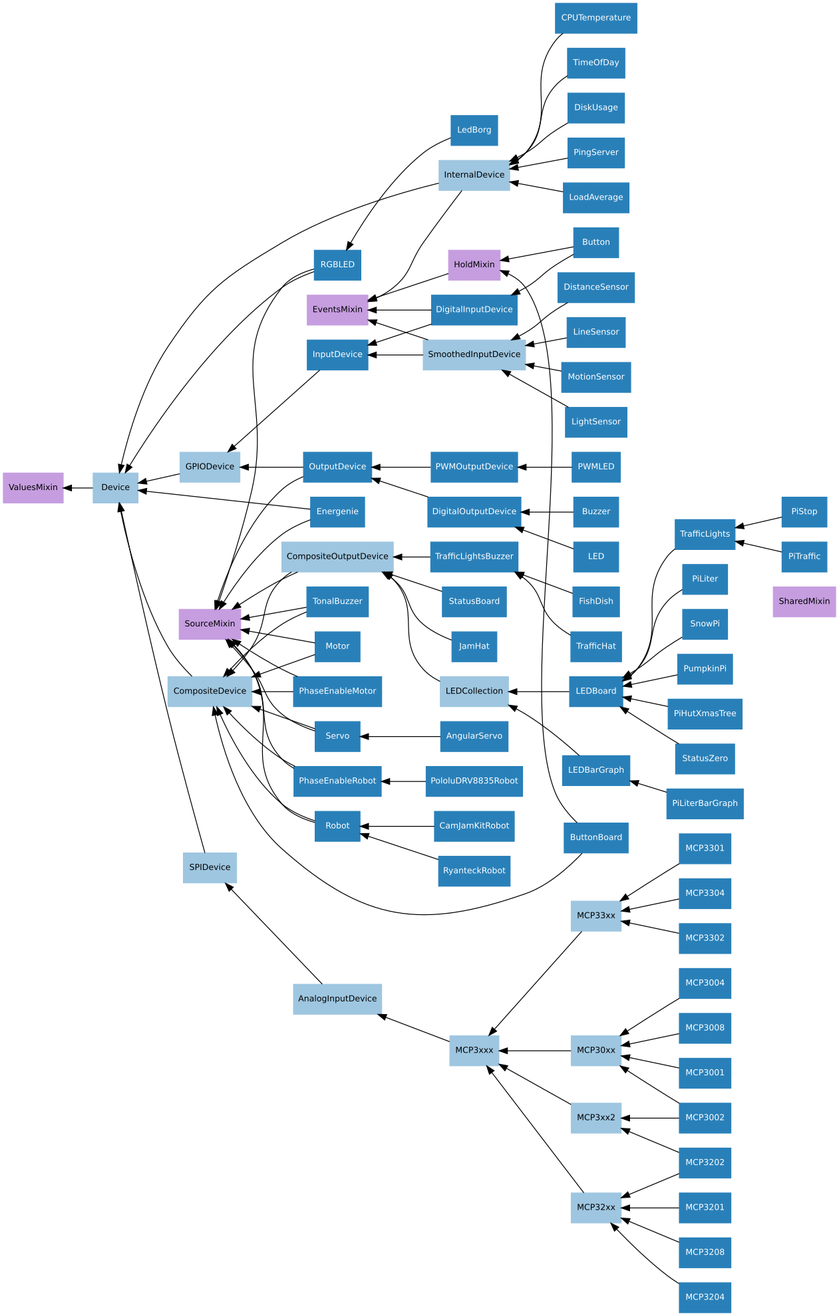
gpiozero/gpiozero keeps this Graphviz diagram as docs/images/device_hierarchy.png. Above is the earlier version. Its source is kept beside it as docs/images/device_hierarchy.dot. The source it was exported from:
```dot
digraph classes {
    graph [rankdir=RL];
    node [shape=rect, style=filled, fontname=Sans, fontsize=10];
    edge [];

    /* Mixin classes */
    node [color="#c69ee0", fontcolor="#000000"]

    SharedMixin;
    HoldMixin;
    ValuesMixin;
    EventsMixin;
    SourceMixin;

    /* Abstract classes */
    node [color="#9ec6e0", fontcolor="#000000"]

    MCP33xx;
    Device;
    GPIODevice;
    SPIDevice;
    MCP3xxx;
    MCP30xx;
    MCP32xx;
    CompositeDevice;
    AnalogInputDevice;
    SmoothedInputDevice;
    LEDCollection;
    MCP3xx2;
    CompositeOutputDevice;
    InternalDevice;

    /* Concrete classes */
    node [color="#2980b9", fontcolor="#ffffff"];

    SPIDevice->Device;
    TrafficLightsBuzzer->CompositeOutputDevice;
    MCP3201->MCP32xx;
    AngularServo->Servo;
    CompositeOutputDevice->CompositeDevice;
    CompositeOutputDevice->SourceMixin;
    RGBLED->Device;
    RGBLED->SourceMixin;
    PhaseEnableMotor->CompositeDevice;
    PhaseEnableMotor->SourceMixin;
    MCP32xx->MCP3xxx;
    PhaseEnableRobot->CompositeDevice;
    PhaseEnableRobot->SourceMixin;
    LightSensor->SmoothedInputDevice;
    TrafficLights->LEDBoard;
    LoadAverage->InternalDevice;
    LEDBoard->LEDCollection;
    LedBorg->RGBLED;
    PiLiter->LEDBoard;
    InternalDevice->EventsMixin;
    InternalDevice->Device;
    DistanceSensor->SmoothedInputDevice;
    CPUTemperature->InternalDevice;
    MCP33xx->MCP3xxx;
    StatusBoard->CompositeOutputDevice;
    PololuDRV8835Robot->PhaseEnableRobot;
    FishDish->TrafficLightsBuzzer;
    MCP3004->MCP30xx;
    TimeOfDay->InternalDevice;
    LED->DigitalOutputDevice;
    DiskUsage->InternalDevice;
    PWMOutputDevice->OutputDevice;
    MCP3002->MCP30xx;
    MCP3002->MCP3xx2;
    MCP3208->MCP32xx;
    MCP30xx->MCP3xxx;
    MCP3301->MCP33xx;
    Energenie->Device;
    Energenie->SourceMixin;
    CompositeDevice->Device;
    SmoothedInputDevice->EventsMixin;
    SmoothedInputDevice->InputDevice;
    MCP3304->MCP33xx;
    MCP3302->MCP33xx;
    LEDCollection->CompositeOutputDevice;
    SnowPi->LEDBoard;
    PingServer->InternalDevice;
    TrafficHat->TrafficLightsBuzzer;
    PumpkinPi->LEDBoard;
    Motor->CompositeDevice;
    Motor->SourceMixin;
    RyanteckRobot->Robot;
    ButtonBoard->CompositeDevice;
    ButtonBoard->HoldMixin;
    Servo->CompositeDevice;
    Servo->SourceMixin;
    PWMLED->PWMOutputDevice;
    JamHat->CompositeOutputDevice;
    InputDevice->GPIODevice;
    LineSensor->SmoothedInputDevice;
    OutputDevice->GPIODevice;
    OutputDevice->SourceMixin;
    DigitalInputDevice->EventsMixin;
    DigitalInputDevice->InputDevice;
    PiHutXmasTree->LEDBoard;
    HoldMixin->EventsMixin;
    MCP3204->MCP32xx;
    LEDBarGraph->LEDCollection;
    Device->ValuesMixin;
    MCP3008->MCP30xx;
    GPIODevice->Device;
    Button->DigitalInputDevice;
    Button->HoldMixin;
    CamJamKitRobot->Robot;
    DigitalOutputDevice->OutputDevice;
    MCP3001->MCP30xx;
    Robot->CompositeDevice;
    Robot->SourceMixin;
    PiStop->TrafficLights;
    MotionSensor->SmoothedInputDevice;
    MCP3xxx->AnalogInputDevice;
    PiTraffic->TrafficLights;
    AnalogInputDevice->SPIDevice;
    MCP3202->MCP3xx2;
    MCP3202->MCP32xx;
    TonalBuzzer->CompositeDevice;
    TonalBuzzer->SourceMixin;
    MCP3xx2->MCP3xxx;
    Buzzer->DigitalOutputDevice;
    PiLiterBarGraph->LEDBarGraph;
    StatusZero->LEDBoard;
}
```
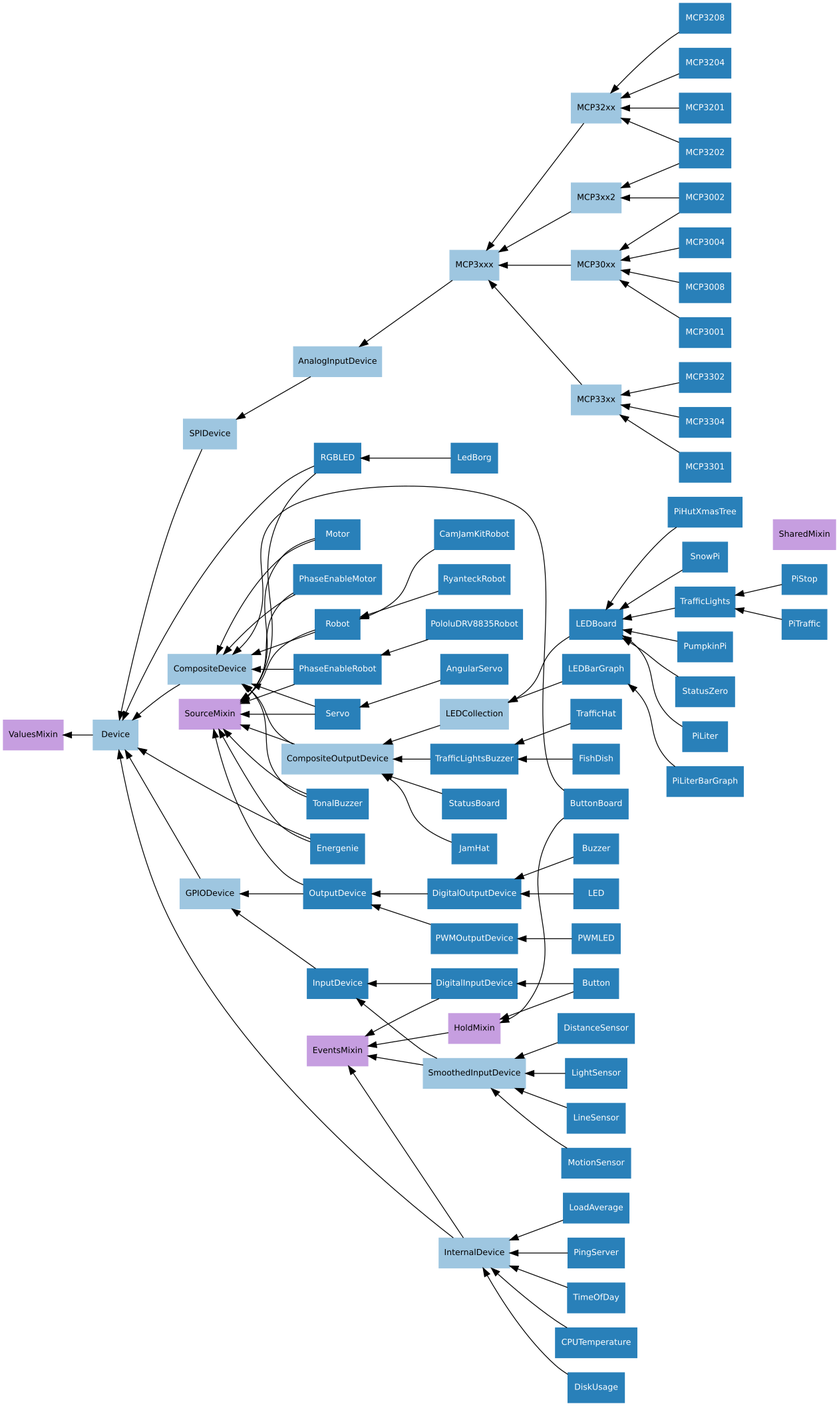
Above is the later version.

Diff of the diagram source:
```diff
@@ -6,122 +6,122 @@
     /* Mixin classes */
     node [color="#c69ee0", fontcolor="#000000"]
 
+    ValuesMixin;
+    HoldMixin;
     SharedMixin;
-    HoldMixin;
-    ValuesMixin;
+    SourceMixin;
     EventsMixin;
-    SourceMixin;
 
     /* Abstract classes */
     node [color="#9ec6e0", fontcolor="#000000"]
 
+    AnalogInputDevice;
+    MCP3xx2;
+    LEDCollection;
+    SmoothedInputDevice;
+    MCP32xx;
+    Device;
+    MCP30xx;
+    InternalDevice;
     MCP33xx;
-    Device;
+    SPIDevice;
     GPIODevice;
-    SPIDevice;
+    CompositeDevice;
+    CompositeOutputDevice;
     MCP3xxx;
-    MCP30xx;
-    MCP32xx;
-    CompositeDevice;
-    AnalogInputDevice;
-    SmoothedInputDevice;
-    LEDCollection;
-    MCP3xx2;
-    CompositeOutputDevice;
-    InternalDevice;
 
     /* Concrete classes */
     node [color="#2980b9", fontcolor="#ffffff"];
 
-    SPIDevice->Device;
-    TrafficLightsBuzzer->CompositeOutputDevice;
-    MCP3201->MCP32xx;
-    AngularServo->Servo;
-    CompositeOutputDevice->CompositeDevice;
-    CompositeOutputDevice->SourceMixin;
-    RGBLED->Device;
-    RGBLED->SourceMixin;
-    PhaseEnableMotor->CompositeDevice;
-    PhaseEnableMotor->SourceMixin;
-    MCP32xx->MCP3xxx;
-    PhaseEnableRobot->CompositeDevice;
-    PhaseEnableRobot->SourceMixin;
-    LightSensor->SmoothedInputDevice;
-    TrafficLights->LEDBoard;
+    StatusBoard->CompositeOutputDevice;
+    DigitalOutputDevice->OutputDevice;
+    MCP3xx2->MCP3xxx;
     LoadAverage->InternalDevice;
-    LEDBoard->LEDCollection;
-    LedBorg->RGBLED;
-    PiLiter->LEDBoard;
-    InternalDevice->EventsMixin;
-    InternalDevice->Device;
-    DistanceSensor->SmoothedInputDevice;
-    CPUTemperature->InternalDevice;
-    MCP33xx->MCP3xxx;
-    StatusBoard->CompositeOutputDevice;
-    PololuDRV8835Robot->PhaseEnableRobot;
-    FishDish->TrafficLightsBuzzer;
-    MCP3004->MCP30xx;
-    TimeOfDay->InternalDevice;
-    LED->DigitalOutputDevice;
-    DiskUsage->InternalDevice;
-    PWMOutputDevice->OutputDevice;
-    MCP3002->MCP30xx;
-    MCP3002->MCP3xx2;
-    MCP3208->MCP32xx;
-    MCP30xx->MCP3xxx;
-    MCP3301->MCP33xx;
-    Energenie->Device;
-    Energenie->SourceMixin;
-    CompositeDevice->Device;
-    SmoothedInputDevice->EventsMixin;
-    SmoothedInputDevice->InputDevice;
-    MCP3304->MCP33xx;
-    MCP3302->MCP33xx;
+    Motor->SourceMixin;
+    Motor->CompositeDevice;
     LEDCollection->CompositeOutputDevice;
     SnowPi->LEDBoard;
+    Device->ValuesMixin;
+    Robot->SourceMixin;
+    Robot->CompositeDevice;
+    LEDBoard->LEDCollection;
+    DistanceSensor->SmoothedInputDevice;
+    CamJamKitRobot->Robot;
+    TrafficLights->LEDBoard;
+    PololuDRV8835Robot->PhaseEnableRobot;
+    PiLiterBarGraph->LEDBarGraph;
+    CompositeOutputDevice->SourceMixin;
+    CompositeOutputDevice->CompositeDevice;
+    MCP3008->MCP30xx;
+    AnalogInputDevice->SPIDevice;
+    Button->DigitalInputDevice;
+    Button->HoldMixin;
+    LedBorg->RGBLED;
+    TrafficHat->TrafficLightsBuzzer;
+    PhaseEnableMotor->SourceMixin;
+    PhaseEnableMotor->CompositeDevice;
+    SPIDevice->Device;
+    HoldMixin->EventsMixin;
+    PumpkinPi->LEDBoard;
+    MCP32xx->MCP3xxx;
+    MCP3202->MCP32xx;
+    MCP3202->MCP3xx2;
+    MCP30xx->MCP3xxx;
+    InternalDevice->Device;
+    InternalDevice->EventsMixin;
     PingServer->InternalDevice;
-    TrafficHat->TrafficLightsBuzzer;
-    PumpkinPi->LEDBoard;
-    Motor->CompositeDevice;
-    Motor->SourceMixin;
-    RyanteckRobot->Robot;
+    MCP3001->MCP30xx;
+    StatusZero->LEDBoard;
+    DigitalInputDevice->InputDevice;
+    DigitalInputDevice->EventsMixin;
+    MCP3204->MCP32xx;
+    Buzzer->DigitalOutputDevice;
+    PiLiter->LEDBoard;
+    PiStop->TrafficLights;
+    GPIODevice->Device;
+    MCP3002->MCP3xx2;
+    MCP3002->MCP30xx;
+    MCP3201->MCP32xx;
+    JamHat->CompositeOutputDevice;
+    MCP3208->MCP32xx;
     ButtonBoard->CompositeDevice;
     ButtonBoard->HoldMixin;
+    LightSensor->SmoothedInputDevice;
+    MCP3xxx->AnalogInputDevice;
+    MCP3304->MCP33xx;
+    RGBLED->SourceMixin;
+    RGBLED->Device;
+    PiHutXmasTree->LEDBoard;
+    PWMOutputDevice->OutputDevice;
+    Energenie->SourceMixin;
+    Energenie->Device;
+    Servo->SourceMixin;
     Servo->CompositeDevice;
-    Servo->SourceMixin;
+    MCP33xx->MCP3xxx;
+    InputDevice->GPIODevice;
+    PhaseEnableRobot->SourceMixin;
+    PhaseEnableRobot->CompositeDevice;
+    RyanteckRobot->Robot;
+    TimeOfDay->InternalDevice;
+    CPUTemperature->InternalDevice;
+    CompositeDevice->Device;
+    LineSensor->SmoothedInputDevice;
+    LED->DigitalOutputDevice;
+    PiTraffic->TrafficLights;
+    DiskUsage->InternalDevice;
+    AngularServo->Servo;
     PWMLED->PWMOutputDevice;
-    JamHat->CompositeOutputDevice;
-    InputDevice->GPIODevice;
-    LineSensor->SmoothedInputDevice;
+    TrafficLightsBuzzer->CompositeOutputDevice;
+    MCP3004->MCP30xx;
+    TonalBuzzer->SourceMixin;
+    TonalBuzzer->CompositeDevice;
+    SmoothedInputDevice->InputDevice;
+    SmoothedInputDevice->EventsMixin;
+    MCP3301->MCP33xx;
+    OutputDevice->SourceMixin;
     OutputDevice->GPIODevice;
-    OutputDevice->SourceMixin;
-    DigitalInputDevice->EventsMixin;
-    DigitalInputDevice->InputDevice;
-    PiHutXmasTree->LEDBoard;
-    HoldMixin->EventsMixin;
-    MCP3204->MCP32xx;
+    MotionSensor->SmoothedInputDevice;
+    MCP3302->MCP33xx;
+    FishDish->TrafficLightsBuzzer;
     LEDBarGraph->LEDCollection;
-    Device->ValuesMixin;
-    MCP3008->MCP30xx;
-    GPIODevice->Device;
-    Button->DigitalInputDevice;
-    Button->HoldMixin;
-    CamJamKitRobot->Robot;
-    DigitalOutputDevice->OutputDevice;
-    MCP3001->MCP30xx;
-    Robot->CompositeDevice;
-    Robot->SourceMixin;
-    PiStop->TrafficLights;
-    MotionSensor->SmoothedInputDevice;
-    MCP3xxx->AnalogInputDevice;
-    PiTraffic->TrafficLights;
-    AnalogInputDevice->SPIDevice;
-    MCP3202->MCP3xx2;
-    MCP3202->MCP32xx;
-    TonalBuzzer->CompositeDevice;
-    TonalBuzzer->SourceMixin;
-    MCP3xx2->MCP3xxx;
-    Buzzer->DigitalOutputDevice;
-    PiLiterBarGraph->LEDBarGraph;
-    StatusZero->LEDBoard;
 }
```
